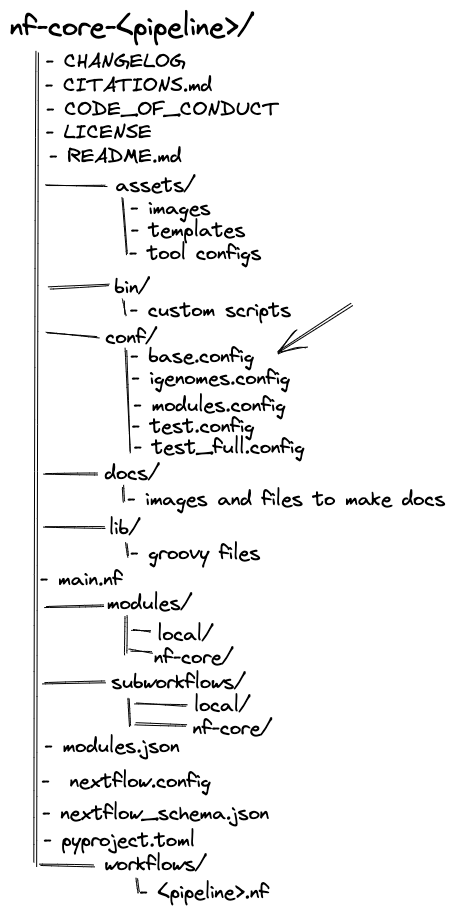
Earlier version of the Excalidraw export figs/1.3_structure.excalidraw.png (Sydney-Informatics-Hub/customising-nfcore-workshop). Source tidied: one line per element, renumbered; positions are measured from the earlier drawing's top-left corner, leaving out a move shared by most shapes.
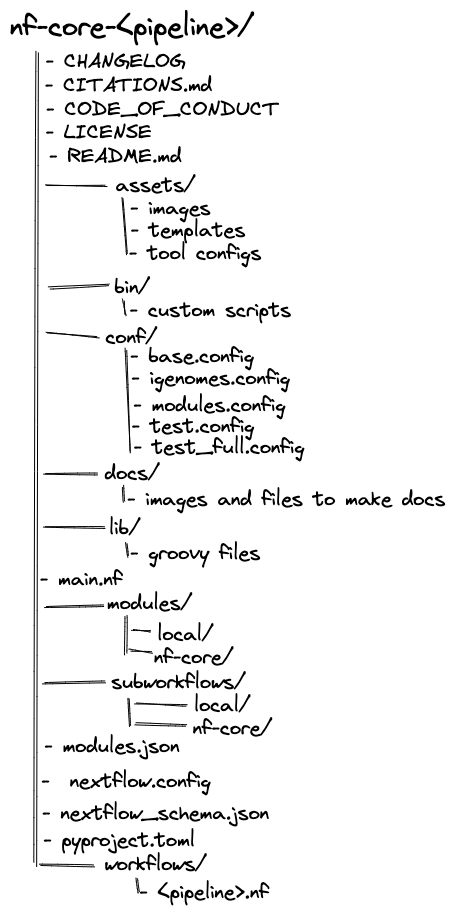
After the commit.

Diff of the diagram source:
```diff
@@ -1,4 +1,4 @@
-{"id": 0, "type": "text", "text": "nf-core-<pipeline>/", "strokeColor": "#000000", "strokeWidth": 1, "roughness": 1, "fontSize": 28, "fontFamily": 1, "x": 0, "y": 0, "width": 244, "height": 36}
+{"id": 0, "type": "text", "text": "nf-core-<pipeline>/", "strokeColor": "#000000", "strokeWidth": 1, "roughness": 1, "fontSize": 28, "fontFamily": 1, "x": 0, "y": 0, "width": 244, "height": 35}
 {"id": 1, "type": "text", "text": "- CHANGELOG", "strokeColor": "#000000", "strokeWidth": 1, "roughness": 1, "fontSize": 20, "fontFamily": 1, "x": 36, "y": 39, "width": 142, "height": 25}
 {"id": 2, "type": "text", "text": "- CITATIONS.md", "strokeColor": "#000000", "strokeWidth": 1, "roughness": 1, "fontSize": 20, "fontFamily": 1, "x": 35, "y": 63, "width": 169, "height": 25}
 {"id": 3, "type": "text", "text": "- CODE_OF_CONDUCT", "strokeColor": "#000000", "strokeWidth": 1, "roughness": 1, "fontSize": 20, "fontFamily": 1, "x": 36, "y": 87, "width": 235, "height": 25}
@@ -18,7 +18,7 @@
 {"id": 17, "type": "text", "text": "- tool configs", "strokeColor": "#000000", "strokeWidth": 1, "roughness": 1, "fontSize": 20, "fontFamily": 1, "x": 119, "y": 231, "width": 134, "height": 25}
 {"id": 18, "type": "text", "text": "conf/", "strokeColor": "#000000", "strokeWidth": 1, "roughness": 1, "fontSize": 20, "fontFamily": 1, "x": 96, "y": 315, "width": 52, "height": 25}
 {"id": 19, "type": "text", "text": "- base.config", "strokeColor": "#000000", "strokeWidth": 1, "roughness": 1, "fontSize": 20, "fontFamily": 1, "x": 120, "y": 334, "width": 126, "height": 25}
-{"id": 20, "type": "text", "text": "- igenomes.config", "strokeColor": "#000000", "strokeWidth": 1, "roughness": 1, "fontSize": 20, "fontFamily": 1, "x": 122, "y": 356, "width": 160, "height": 25}
+{"id": 20, "type": "text", "text": "- igenomes.config", "strokeColor": "#000000", "strokeWidth": 1, "roughness": 1, "fontSize": 20, "fontFamily": 1, "x": 122, "y": 356, "width": 161, "height": 25}
 {"id": 21, "type": "text", "text": "- modules.config", "strokeColor": "#000000", "strokeWidth": 1, "roughness": 1, "fontSize": 20, "fontFamily": 1, "x": 124, "y": 383, "width": 154, "height": 25}
 {"id": 22, "type": "text", "text": "- test.config", "strokeColor": "#000000", "strokeWidth": 1, "roughness": 1, "fontSize": 20, "fontFamily": 1, "x": 122, "y": 404, "width": 125, "height": 25}
 {"id": 23, "type": "text", "text": "- test_full.config", "strokeColor": "#000000", "strokeWidth": 1, "roughness": 1, "fontSize": 20, "fontFamily": 1, "x": 124, "y": 425, "width": 173, "height": 25}
@@ -54,4 +54,3 @@
 {"id": 53, "type": "line", "strokeColor": "#000000", "strokeWidth": 1, "roughness": 1, "round": true, "x": 30, "y": 856, "width": 55, "height": 1, "points": [[0, 0], [55, 1]]}
 {"id": 54, "type": "text", "text": "workflows/", "strokeColor": "#000000", "strokeWidth": 1, "roughness": 1, "fontSize": 20, "fontFamily": 1, "x": 95, "y": 842, "width": 103, "height": 25}
 {"id": 55, "type": "line", "strokeColor": "#000000", "strokeWidth": 1, "roughness": 1, "round": true, "x": 128, "y": 868, "width": 2, "height": 15, "points": [[0, 0], [2, 15]]}
-{"id": 56, "type": "arrow", "strokeColor": "#000000", "strokeWidth": 1, "roughness": 1, "endArrowhead": "arrow", "round": true, "to": 20, "x": 342, "y": 294, "width": 75, "height": 47, "points": [[0, 0], [-75, 47]]}
```
